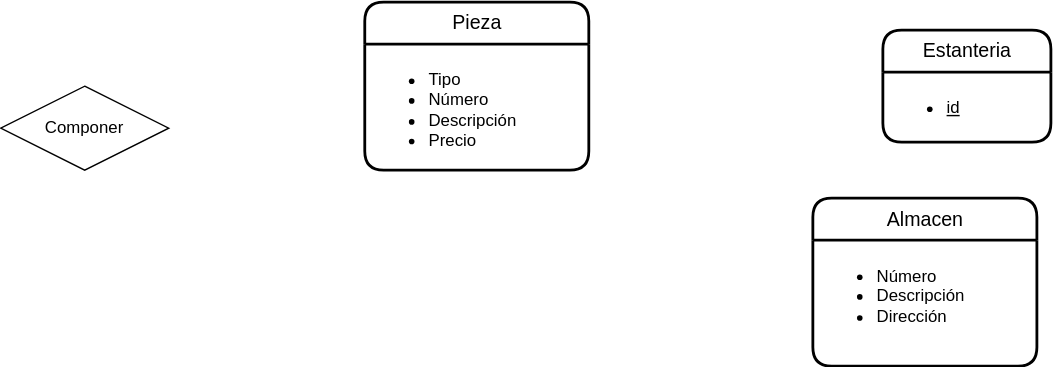
Before: UD12-5.svg, a diagram exported from draw.io (Jimxx22/C3-UD11-UML). Source tidied: cells renumbered, new cells last; positions are measured from the earlier drawing's top-left corner, leaving out a move shared by most shapes.
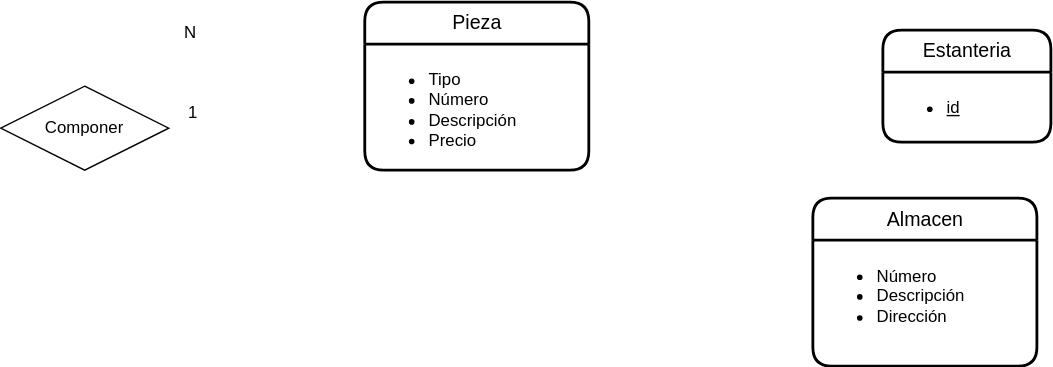
After the commit.

Change to the diagram source:
```diff
@@ -29,5 +29,13 @@
     <mxCell id="10" style="edgeStyle=orthogonalEdgeStyle;rounded=0;jettySize=auto;html=1;exitX=0;exitY=0.75;exitDx=0;exitDy=0;entryX=1;entryY=0.5;entryDx=0;entryDy=0;" parent="1" edge="1" target="9">
       <mxGeometry relative="1" as="geometry" />
     </mxCell>
+    <mxCell id="11" value="1" style="html=1;align=right;verticalAlign=bottom;" parent="1" vertex="1">
+      <mxGeometry x="260" y="320" as="geometry">
+        <mxPoint x="-119" y="-233" as="offset" />
+      </mxGeometry>
+    </mxCell>
+    <mxCell id="12" value="N" style="html=1;align=right;verticalAlign=bottom;" parent="1" vertex="1">
+      <mxGeometry x="140" y="30" as="geometry" />
+    </mxCell>
   </root>
 </mxGraphModel>
```
